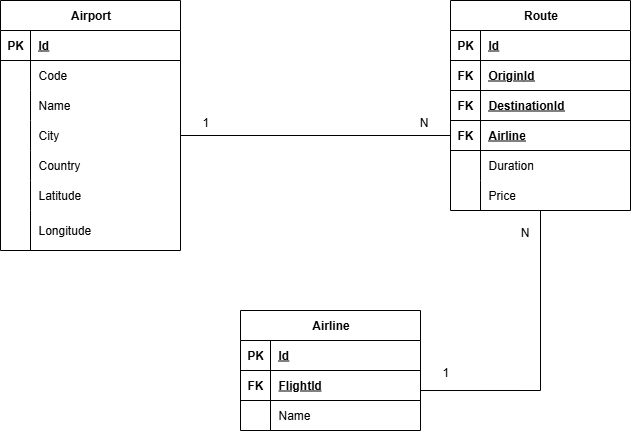
Earlier version of the draw.io export docs/dbdiagram.drawio.png (gast0nestevez/solvd-laba-personal-project). Source tidied: cells renumbered, new cells last; positions are measured from the earlier drawing's top-left corner, leaving out a move shared by most shapes.
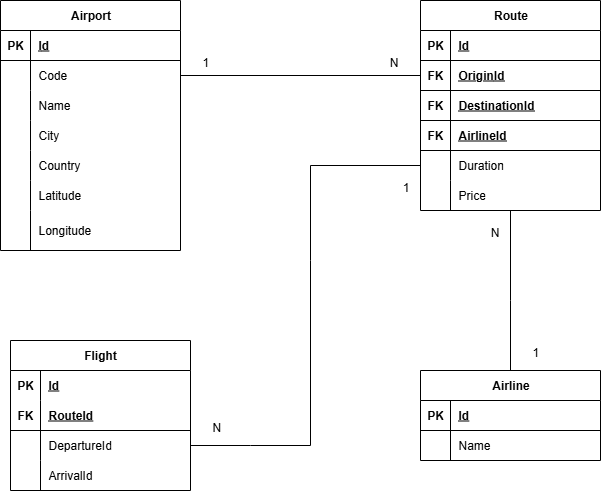
The same file after the commit.

The edit, as a diff of the source:
```diff
@@ -3,7 +3,7 @@
     <mxCell id="0" />
     <mxCell id="1" parent="0" />
     <mxCell id="2" value="Airport" style="shape=table;startSize=30;rowLines=0;fontStyle=1;align=center;html=1;" parent="1" vertex="1">
-      <mxGeometry width="180" height="250" as="geometry" />
+      <mxGeometry x="30" width="180" height="250" as="geometry" />
     </mxCell>
     <mxCell id="3" style="shape=tableRow;horizontal=0;startSize=0;swimlaneHead=0;swimlaneBody=0;fillColor=none;top=0;left=0;right=0;bottom=1;" parent="2" vertex="1">
       <mxGeometry y="30" width="180" height="30" as="geometry" />
@@ -23,10 +23,10 @@
     <mxCell id="8" value="Code" style="shape=partialRectangle;fillColor=none;top=0;left=0;bottom=0;right=0;align=left;spacingLeft=6;overflow=hidden;whiteSpace=wrap;html=1;" parent="6" vertex="1">
       <mxGeometry x="30" width="150" height="30" as="geometry" />
     </mxCell>
-    <mxCell id="9" style="shape=tableRow;horizontal=0;startSize=0;swimlaneHead=0;swimlaneBody=0;fillColor=none;top=0;left=0;right=0;bottom=0;" parent="2" vertex="1">
+    <mxCell id="9" style="shape=tableRow;horizontal=0;startSize=0;swimlaneHead=0;swimlaneBody=0;fillColor=none;top=0;left=0;right=0;bottom=0;strokeColor=inherit;strokeWidth=1;rounded=0;swimlaneFillColor=none;" parent="2" vertex="1">
       <mxGeometry y="90" width="180" height="30" as="geometry" />
     </mxCell>
-    <mxCell id="10" style="shape=partialRectangle;fillColor=none;top=0;left=0;bottom=0;right=0;overflow=hidden;whiteSpace=wrap;html=1;" parent="9" vertex="1">
+    <mxCell id="10" style="shape=partialRectangle;fillColor=none;top=0;left=0;bottom=0;right=0;overflow=hidden;whiteSpace=wrap;html=1;strokeColor=default;" parent="9" vertex="1">
       <mxGeometry width="30" height="30" as="geometry" />
     </mxCell>
     <mxCell id="11" value="Name" style="shape=partialRectangle;fillColor=none;top=0;left=0;bottom=0;right=0;align=left;spacingLeft=6;overflow=hidden;whiteSpace=wrap;html=1;" parent="9" vertex="1">
@@ -104,10 +104,10 @@
     <mxCell id="35" value="FK" style="shape=partialRectangle;fillColor=none;top=0;left=0;bottom=0;right=0;fontStyle=1;overflow=hidden;whiteSpace=wrap;html=1;" parent="34" vertex="1">
       <mxGeometry width="30" height="30" as="geometry" />
     </mxCell>
-    <mxCell id="36" value="Airline" style="shape=partialRectangle;fillColor=none;top=0;left=0;bottom=0;right=0;align=left;spacingLeft=6;fontStyle=5;overflow=hidden;whiteSpace=wrap;html=1;" parent="34" vertex="1">
+    <mxCell id="36" value="AirlineId" style="shape=partialRectangle;fillColor=none;top=0;left=0;bottom=0;right=0;align=left;spacingLeft=6;fontStyle=5;overflow=hidden;whiteSpace=wrap;html=1;" parent="34" vertex="1">
       <mxGeometry x="30" width="150" height="30" as="geometry" />
     </mxCell>
-    <mxCell id="37" style="shape=tableRow;horizontal=0;startSize=0;swimlaneHead=0;swimlaneBody=0;fillColor=none;points=[[0,0.5],[1,0.5]];portConstraint=eastwest;top=0;left=0;right=0;bottom=0;" parent="24" vertex="1">
+    <mxCell id="37" style="shape=tableRow;horizontal=0;startSize=0;swimlaneHead=0;swimlaneBody=0;fillColor=none;points=[[0,0.5],[1,0.5]];portConstraint=eastwest;top=0;left=0;right=0;bottom=0;strokeColor=inherit;" parent="24" vertex="1">
       <mxGeometry y="150" width="180" height="30" as="geometry" />
     </mxCell>
     <mxCell id="38" style="shape=partialRectangle;fillColor=none;top=0;left=0;bottom=0;right=0;overflow=hidden;whiteSpace=wrap;html=1;" parent="37" vertex="1">
@@ -126,7 +126,7 @@
       <mxGeometry x="30" width="150" height="30" as="geometry" />
     </mxCell>
     <mxCell id="43" value="Airline" style="shape=table;startSize=30;rowLines=0;fontStyle=1;align=center;html=1;" parent="1" vertex="1">
-      <mxGeometry x="240" y="310" width="180" height="120" as="geometry" />
+      <mxGeometry x="450" y="370" width="180" height="90" as="geometry" />
     </mxCell>
     <mxCell id="44" style="shape=tableRow;horizontal=0;startSize=0;swimlaneHead=0;swimlaneBody=0;fillColor=none;top=0;left=0;right=0;bottom=1;" parent="43" vertex="1">
       <mxGeometry y="30" width="180" height="30" as="geometry" />
@@ -137,17 +137,8 @@
     <mxCell id="46" value="Id" style="shape=partialRectangle;fillColor=none;top=0;left=0;bottom=0;right=0;align=left;spacingLeft=6;fontStyle=5;overflow=hidden;whiteSpace=wrap;html=1;" parent="44" vertex="1">
       <mxGeometry x="30" width="150" height="30" as="geometry" />
     </mxCell>
-    <mxCell id="47" style="shape=tableRow;horizontal=0;startSize=0;swimlaneHead=0;swimlaneBody=0;fillColor=none;points=[[0,0.5],[1,0.5]];portConstraint=eastwest;top=0;left=0;right=0;bottom=1;" parent="43" vertex="1">
-      <mxGeometry y="60" width="180" height="30" as="geometry" />
-    </mxCell>
-    <mxCell id="48" value="FK" style="shape=partialRectangle;fillColor=none;top=0;left=0;bottom=0;right=0;fontStyle=1;overflow=hidden;whiteSpace=wrap;html=1;" parent="47" vertex="1">
-      <mxGeometry width="30" height="30" as="geometry" />
-    </mxCell>
-    <mxCell id="49" value="FlightId" style="shape=partialRectangle;fillColor=none;top=0;left=0;bottom=0;right=0;align=left;spacingLeft=6;fontStyle=5;overflow=hidden;whiteSpace=wrap;html=1;" parent="47" vertex="1">
-      <mxGeometry x="30" width="150" height="30" as="geometry" />
-    </mxCell>
     <mxCell id="50" style="shape=tableRow;horizontal=0;startSize=0;swimlaneHead=0;swimlaneBody=0;fillColor=none;top=0;left=0;right=0;bottom=0;" parent="43" vertex="1">
-      <mxGeometry y="90" width="180" height="30" as="geometry" />
+      <mxGeometry y="60" width="180" height="30" as="geometry" />
     </mxCell>
     <mxCell id="51" style="shape=partialRectangle;fillColor=none;top=0;left=0;bottom=0;right=0;overflow=hidden;whiteSpace=wrap;html=1;" parent="50" vertex="1">
       <mxGeometry width="30" height="30" as="geometry" />
@@ -155,10 +146,11 @@
     <mxCell id="52" value="Name" style="shape=partialRectangle;fillColor=none;top=0;left=0;bottom=0;right=0;align=left;spacingLeft=6;overflow=hidden;whiteSpace=wrap;html=1;" parent="50" vertex="1">
       <mxGeometry x="30" width="150" height="30" as="geometry" />
     </mxCell>
-    <mxCell id="53" style="endArrow=none;html=1;rounded=0;exitX=1;exitY=0.667;exitDx=0;exitDy=0;exitPerimeter=0;" parent="1" edge="1" source="47" target="40">
+    <mxCell id="53" style="endArrow=none;html=1;rounded=0;exitX=0.5;exitY=0;exitDx=0;exitDy=0;" parent="1" edge="1" source="43">
       <mxGeometry relative="1" as="geometry">
+        <mxPoint x="540" y="210" as="targetPoint" />
         <Array as="points">
-          <mxPoint x="540" y="390" />
+          <mxPoint x="540" y="300" />
         </Array>
       </mxGeometry>
     </mxCell>
@@ -172,7 +164,7 @@
         <mxPoint x="-10" y="30" as="offset" />
       </mxGeometry>
     </mxCell>
-    <mxCell id="56" style="endArrow=none;html=1;rounded=0;exitX=1;exitY=0.5;exitDx=0;exitDy=0;entryX=0;entryY=0.5;entryDx=0;entryDy=0;" parent="1" edge="1" source="12" target="34">
+    <mxCell id="56" style="endArrow=none;html=1;rounded=0;exitX=1;exitY=0.5;exitDx=0;exitDy=0;entryX=0;entryY=0.5;entryDx=0;entryDy=0;" parent="1" edge="1" source="6" target="28">
       <mxGeometry relative="1" as="geometry" />
     </mxCell>
     <mxCell id="57" value="1" style="html=1;whiteSpace=wrap;align=left;verticalAlign=bottom;" parent="56" vertex="1">
@@ -185,5 +177,64 @@
         <mxPoint x="-21" y="-5" as="offset" />
       </mxGeometry>
     </mxCell>
+    <mxCell id="59" style="endArrow=none;html=1;rounded=0;entryX=0;entryY=0.5;entryDx=0;entryDy=0;exitX=1;exitY=0.5;exitDx=0;exitDy=0;" parent="1" edge="1" source="68" target="37">
+      <mxGeometry relative="1" as="geometry">
+        <Array as="points">
+          <mxPoint x="280" y="445" />
+          <mxPoint x="340" y="445" />
+          <mxPoint x="340" y="260" />
+          <mxPoint x="340" y="165" />
+        </Array>
+      </mxGeometry>
+    </mxCell>
+    <mxCell id="60" value="N" style="html=1;whiteSpace=wrap;align=left;verticalAlign=bottom;" parent="59" vertex="1">
+      <mxGeometry x="-1" relative="1" as="geometry">
+        <mxPoint x="20" y="-10" as="offset" />
+      </mxGeometry>
+    </mxCell>
+    <mxCell id="61" value="1" style="html=1;whiteSpace=wrap;align=right;verticalAlign=bottom;" parent="59" vertex="1">
+      <mxGeometry x="1" relative="1" as="geometry">
+        <mxPoint x="-10" y="30" as="offset" />
+      </mxGeometry>
+    </mxCell>
+    <mxCell id="62" value="Flight" style="shape=table;startSize=30;rowLines=0;fontStyle=1;align=center;html=1;whiteSpace=wrap;" parent="1" vertex="1">
+      <mxGeometry x="40" y="340" width="180" height="150" as="geometry" />
+    </mxCell>
+    <mxCell id="63" style="shape=tableRow;horizontal=0;startSize=0;swimlaneHead=0;swimlaneBody=0;fillColor=none;top=0;left=0;right=0;bottom=0;html=1;" parent="62" vertex="1">
+      <mxGeometry y="30" width="180" height="30" as="geometry" />
+    </mxCell>
+    <mxCell id="64" value="PK" style="shape=partialRectangle;fillColor=none;top=0;left=0;bottom=0;right=0;fontStyle=1;overflow=hidden;html=1;whiteSpace=wrap;" parent="63" vertex="1">
+      <mxGeometry width="30" height="30" as="geometry" />
+    </mxCell>
+    <mxCell id="65" value="Id" style="shape=partialRectangle;fillColor=none;top=0;left=0;bottom=0;right=0;align=left;spacingLeft=6;fontStyle=5;overflow=hidden;html=1;whiteSpace=wrap;" parent="63" vertex="1">
+      <mxGeometry x="30" width="150" height="30" as="geometry" />
+    </mxCell>
+    <mxCell id="66" style="shape=tableRow;horizontal=0;startSize=0;swimlaneHead=0;swimlaneBody=0;fillColor=none;top=0;left=0;right=0;bottom=1;html=1;" parent="62" vertex="1">
+      <mxGeometry y="60" width="180" height="30" as="geometry" />
+    </mxCell>
+    <mxCell id="48" value="FK" style="shape=partialRectangle;fillColor=none;top=0;left=0;bottom=0;right=0;fontStyle=1;overflow=hidden;html=1;whiteSpace=wrap;" parent="66" vertex="1">
+      <mxGeometry width="30" height="30" as="geometry" />
+    </mxCell>
+    <mxCell id="67" value="RouteId" style="shape=partialRectangle;fillColor=none;top=0;left=0;bottom=0;right=0;align=left;spacingLeft=6;fontStyle=5;overflow=hidden;html=1;whiteSpace=wrap;" parent="66" vertex="1">
+      <mxGeometry x="30" width="150" height="30" as="geometry" />
+    </mxCell>
+    <mxCell id="68" style="shape=tableRow;horizontal=0;startSize=0;swimlaneHead=0;swimlaneBody=0;fillColor=none;points=[[0,0.5],[1,0.5]];portConstraint=eastwest;top=0;left=0;right=0;bottom=0;html=1;" parent="62" vertex="1">
+      <mxGeometry y="90" width="180" height="30" as="geometry" />
+    </mxCell>
+    <mxCell id="69" style="shape=partialRectangle;fillColor=none;top=0;left=0;bottom=0;right=0;overflow=hidden;html=1;whiteSpace=wrap;" parent="68" vertex="1">
+      <mxGeometry width="30" height="30" as="geometry" />
+    </mxCell>
+    <mxCell id="70" value="DepartureId" style="shape=partialRectangle;fillColor=none;top=0;left=0;bottom=0;right=0;align=left;spacingLeft=6;overflow=hidden;html=1;whiteSpace=wrap;" parent="68" vertex="1">
+      <mxGeometry x="30" width="150" height="30" as="geometry" />
+    </mxCell>
+    <mxCell id="71" style="shape=tableRow;horizontal=0;startSize=0;swimlaneHead=0;swimlaneBody=0;fillColor=none;top=0;left=0;right=0;bottom=0;html=1;" parent="62" vertex="1">
+      <mxGeometry y="120" width="180" height="30" as="geometry" />
+    </mxCell>
+    <mxCell id="72" style="shape=partialRectangle;fillColor=none;top=0;left=0;bottom=0;right=0;overflow=hidden;html=1;whiteSpace=wrap;" parent="71" vertex="1">
+      <mxGeometry width="30" height="30" as="geometry" />
+    </mxCell>
+    <mxCell id="73" value="ArrivalId" style="shape=partialRectangle;fillColor=none;top=0;left=0;bottom=0;right=0;align=left;spacingLeft=6;overflow=hidden;html=1;whiteSpace=wrap;" parent="71" vertex="1">
+      <mxGeometry x="30" width="150" height="30" as="geometry" />
+    </mxCell>
   </root>
 </mxGraphModel>
```
